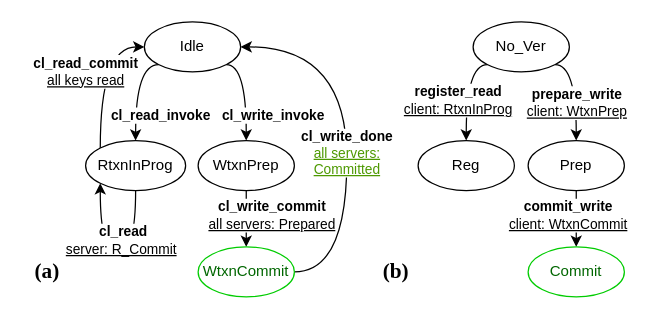
The draw.io diagram page "ep+" (2 of 2) of fig/protocols.drawio in ShabnamRad/VerIso, before the edit. Source tidied: cells renumbered, new cells numbered last; positions are measured from the earlier drawing's top-left corner, leaving out a move shared by most shapes. Both pictures are drawn from the tidied source at 125%, with x=0, y=0 at pixel (21, 21).
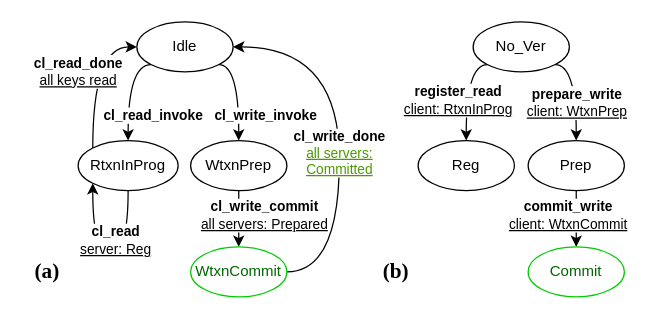
The same diagram, later.

The edit, as a diff of the source:
```diff
@@
     <mxCell id="2" style="edgeStyle=orthogonalEdgeStyle;rounded=0;jettySize=auto;html=1;exitX=0;exitY=1;exitDx=0;exitDy=0;entryX=0.5;entryY=0;entryDx=0;entryDy=0;curved=1;" parent="1" edge="1" source="6" target="13">
       <mxGeometry relative="1" as="geometry">
         <Array as="points">
-          <mxPoint x="91" y="34" />
+          <mxPoint x="85" y="34" />
         </Array>
       </mxGeometry>
     </mxCell>
@@
-    <mxCell id="4" value="&lt;font color=&quot;#000000&quot;&gt;&lt;b style=&quot;&quot;&gt;cl_read&lt;/b&gt;&lt;br&gt;&lt;u&gt;server: R_Commit&lt;/u&gt;&lt;b style=&quot;&quot;&gt;&amp;nbsp;&lt;/b&gt;&lt;br&gt;&lt;/font&gt;" style="edgeStyle=orthogonalEdgeStyle;curved=1;rounded=0;orthogonalLoop=1;jettySize=auto;html=1;entryX=0;entryY=1;entryDx=0;entryDy=0;fontSize=11;fontColor=#CC0000;exitX=0.5;exitY=1;exitDx=0;exitDy=0;" parent="1" edge="1" source="13" target="13">
+    <mxCell id="4" value="&lt;font color=&quot;#000000&quot;&gt;&lt;b style=&quot;&quot;&gt;cl_read&lt;/b&gt;&lt;br&gt;&lt;u&gt;server: Reg&lt;/u&gt;&lt;br&gt;&lt;/font&gt;" style="edgeStyle=orthogonalEdgeStyle;curved=1;rounded=0;orthogonalLoop=1;jettySize=auto;html=1;entryX=0;entryY=1;entryDx=0;entryDy=0;fontSize=11;fontColor=#CC0000;exitX=0.5;exitY=1;exitDx=0;exitDy=0;" parent="1" edge="1" source="13" target="13">
       <mxGeometry x="-0.11" y="-10" relative="1" as="geometry">
         <Array as="points">
-          <mxPoint x="91" y="185" />
-          <mxPoint x="63" y="185" />
-          <mxPoint x="63" y="129" />
+          <mxPoint x="85" y="185" />
+          <mxPoint x="57" y="185" />
+          <mxPoint x="57" y="129" />
         </Array>
       </mxGeometry>
     </mxCell>
     <mxCell id="5" value="&lt;b style=&quot;&quot;&gt;cl_write_invoke&lt;/b&gt;" style="edgeStyle=orthogonalEdgeStyle;curved=1;rounded=0;jettySize=auto;html=1;exitX=1;exitY=1;exitDx=0;exitDy=0;entryX=0.5;entryY=0;entryDx=0;entryDy=0;" parent="1" edge="1" source="6" target="8">
       <mxGeometry x="0.48" y="21" relative="1" as="geometry">
         <Array as="points">
-          <mxPoint x="180" y="34" />
+          <mxPoint x="174" y="34" />
         </Array>
       </mxGeometry>
     </mxCell>
     <mxCell id="6" value="Idle" style="ellipse;whiteSpace=wrap;html=1;" parent="1" vertex="1">
-      <mxGeometry x="98" width="77" height="40" as="geometry" />
+      <mxGeometry x="92" width="77" height="40" as="geometry" />
     </mxCell>
@@
     <mxCell id="8" value="WtxnPrep" style="ellipse;whiteSpace=wrap;html=1;strokeColor=default;" parent="1" vertex="1">
-      <mxGeometry x="141" y="95" width="77" height="40" as="geometry" />
+      <mxGeometry x="135" y="95" width="77" height="40" as="geometry" />
     </mxCell>
     <mxCell id="9" value="&lt;b style=&quot;&quot;&gt;cl_write_done&lt;/b&gt;&lt;br&gt;&lt;u style=&quot;color: rgb(77, 153, 0);&quot;&gt;all servers:&lt;/u&gt;&lt;br&gt;&lt;u style=&quot;color: rgb(77, 153, 0);&quot;&gt;Committed&lt;/u&gt;" style="edgeStyle=orthogonalEdgeStyle;curved=1;rounded=0;jettySize=auto;html=1;exitX=1;exitY=0.5;exitDx=0;exitDy=0;entryX=1;entryY=0.5;entryDx=0;entryDy=0;" parent="1" edge="1" source="10" target="6">
       <mxGeometry x="-0.11" relative="1" as="geometry">
         <Array as="points">
-          <mxPoint x="260" y="200" />
-          <mxPoint x="260" y="20" />
+          <mxPoint x="254" y="200" />
+          <mxPoint x="254" y="20" />
         </Array>
       </mxGeometry>
     </mxCell>
     <mxCell id="10" value="&lt;font color=&quot;#006600&quot;&gt;WtxnCommit&lt;/font&gt;" style="ellipse;whiteSpace=wrap;html=1;strokeColor=#00CC00;" parent="1" vertex="1">
-      <mxGeometry x="141" y="180" width="77" height="40" as="geometry" />
+      <mxGeometry x="135" y="180" width="77" height="40" as="geometry" />
     </mxCell>
     <mxCell id="11" style="edgeStyle=orthogonalEdgeStyle;rounded=0;jettySize=auto;html=1;exitX=0;exitY=0;exitDx=0;exitDy=0;entryX=0;entryY=0.5;entryDx=0;entryDy=0;curved=1;" parent="1" edge="1" source="13" target="6">
       <mxGeometry relative="1" as="geometry">
         <Array as="points">
-          <mxPoint x="63" y="20" />
+          <mxPoint x="57" y="20" />
         </Array>
       </mxGeometry>
     </mxCell>
-    <mxCell id="12" value="&lt;b&gt;cl_read_commit&lt;/b&gt;&lt;br&gt;&lt;u&gt;all keys read&lt;/u&gt;" style="edgeLabel;html=1;align=center;verticalAlign=middle;" parent="11" vertex="1">
+    <mxCell id="12" value="&lt;b&gt;cl_read_done&lt;/b&gt;&lt;br&gt;&lt;u&gt;all keys read&lt;/u&gt;" style="edgeLabel;html=1;align=center;verticalAlign=middle;" parent="11" vertex="1">
       <mxGeometry x="-0.03" y="-12" relative="1" as="geometry">
         <mxPoint x="-24" y="-5" as="offset" />
       </mxGeometry>
     </mxCell>
     <mxCell id="13" value="RtxnInProg" style="ellipse;whiteSpace=wrap;html=1;strokeColor=default;" parent="1" vertex="1">
-      <mxGeometry x="51" y="95" width="80" height="40" as="geometry" />
+      <mxGeometry x="45" y="95" width="80" height="40" as="geometry" />
     </mxCell>
```
